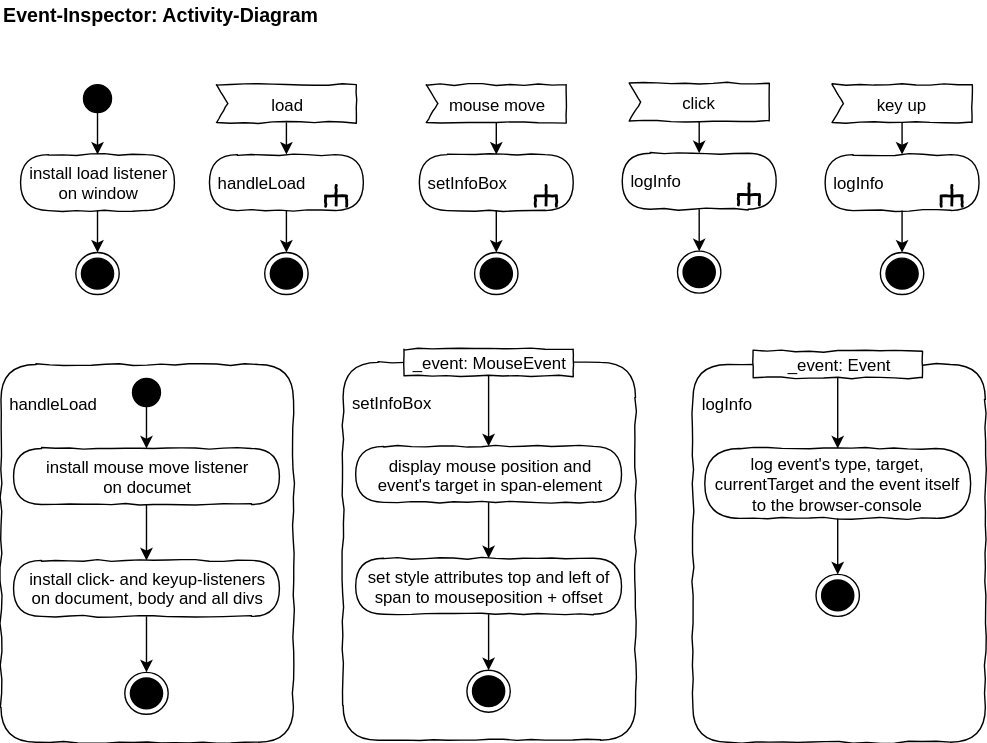
JirkaDellOro/EIA2-Inverted keeps this draw.io diagram as X01_Appendix/UML/EventInspectorAD.svg. Above is the earlier version. Source tidied: cells renumbered, new cells last; positions are measured from the earlier drawing's top-left corner, leaving out a move shared by most shapes. Its diagram source:
```xml
<mxGraphModel>
  <root>
    <mxCell id="0" />
    <mxCell id="1" parent="0" />
    <mxCell id="2" value="&lt;b&gt;&lt;font style=&quot;font-size: 14px&quot;&gt;Event-Inspector: Activity-Diagram&lt;/font&gt;&lt;/b&gt;" style="text;html=1;strokeColor=none;fillColor=none;align=left;verticalAlign=middle;whiteSpace=wrap;rounded=0;" parent="1" vertex="1">
      <mxGeometry width="649" height="20" as="geometry" />
    </mxCell>
    <mxCell id="3" style="ellipse;whiteSpace=wrap;html=1;rounded=0;shadow=0;comic=0;labelBackgroundColor=none;strokeColor=#000000;strokeWidth=1;fillColor=#000000;fontFamily=Verdana;fontSize=12;fontColor=#000000;align=center;comic=1;" parent="1" vertex="1">
      <mxGeometry x="59" y="60" width="20" height="20" as="geometry" />
    </mxCell>
    <mxCell id="4" value="install load listener&lt;br&gt;on window" style="rounded=1;whiteSpace=wrap;html=1;absoluteArcSize=1;arcSize=50;strokeWidth=1;shadow=0;comic=1;" parent="1" vertex="1">
      <mxGeometry x="14" y="110" width="110" height="40" as="geometry" />
    </mxCell>
    <mxCell id="5" style="edgeStyle=orthogonalEdgeStyle;rounded=0;jettySize=auto;html=1;" parent="1" edge="1" source="3" target="4">
      <mxGeometry relative="1" as="geometry" />
    </mxCell>
    <mxCell id="6" style="ellipse;html=1;shape=endState;fillColor=#000000;strokeColor=#000000;comic=1;" parent="1" vertex="1">
      <mxGeometry x="53.5" y="180" width="31" height="30" as="geometry" />
    </mxCell>
    <mxCell id="7" style="edgeStyle=orthogonalEdgeStyle;rounded=0;jettySize=auto;html=1;" parent="1" edge="1" source="4" target="6">
      <mxGeometry relative="1" as="geometry" />
    </mxCell>
    <mxCell id="8" value="&amp;nbsp;handleLoad" style="rounded=1;whiteSpace=wrap;html=1;absoluteArcSize=1;arcSize=50;strokeWidth=1;shadow=0;comic=1;align=left;" parent="1" vertex="1">
      <mxGeometry x="149" y="110" width="110" height="40" as="geometry" />
    </mxCell>
    <mxCell id="9" style="edgeStyle=orthogonalEdgeStyle;rounded=0;jettySize=auto;html=1;" parent="1" edge="1" source="12" target="8">
      <mxGeometry relative="1" as="geometry" />
    </mxCell>
    <mxCell id="10" style="ellipse;html=1;shape=endState;fillColor=#000000;strokeColor=#000000;comic=1;" parent="1" vertex="1">
      <mxGeometry x="188.5" y="180" width="31" height="30" as="geometry" />
    </mxCell>
    <mxCell id="11" style="edgeStyle=orthogonalEdgeStyle;rounded=0;jettySize=auto;html=1;" parent="1" edge="1" source="8" target="10">
      <mxGeometry relative="1" as="geometry" />
    </mxCell>
    <mxCell id="12" value="load" style="shape=mxgraph.sysml.accEvent;flipH=0;whiteSpace=wrap;align=center;shadow=0;strokeWidth=1;comic=1;" parent="1" vertex="1">
      <mxGeometry x="154" y="60" width="100" height="27" as="geometry" />
    </mxCell>
    <mxCell id="13" style="group;rotation=90;" parent="1" vertex="1">
      <mxGeometry x="230" y="127" width="20" height="20" as="geometry" />
    </mxCell>
    <mxCell id="14" style="strokeWidth=2;html=1;shape=mxgraph.flowchart.annotation_2;align=left;rounded=1;comic=1;rotation=90;" parent="13" vertex="1">
      <mxGeometry x="2" y="5" width="15" height="15" as="geometry" />
    </mxCell>
    <mxCell id="15" style="endArrow=none;html=1;entryX=0.508;entryY=0.487;entryPerimeter=0;exitX=1;exitY=0.5;exitPerimeter=0;strokeWidth=2;" parent="13" edge="1" source="14" target="14">
      <mxGeometry relative="1" as="geometry" />
    </mxCell>
    <mxCell id="16" value="&amp;nbsp;setInfoBox" style="rounded=1;whiteSpace=wrap;html=1;absoluteArcSize=1;arcSize=50;strokeWidth=1;shadow=0;comic=1;align=left;" parent="1" vertex="1">
      <mxGeometry x="299" y="110" width="110" height="40" as="geometry" />
    </mxCell>
    <mxCell id="17" style="edgeStyle=orthogonalEdgeStyle;rounded=0;jettySize=auto;html=1;" parent="1" edge="1" source="20" target="16">
      <mxGeometry relative="1" as="geometry" />
    </mxCell>
    <mxCell id="18" style="ellipse;html=1;shape=endState;fillColor=#000000;strokeColor=#000000;comic=1;" parent="1" vertex="1">
      <mxGeometry x="338.5" y="180" width="31" height="30" as="geometry" />
    </mxCell>
    <mxCell id="19" style="edgeStyle=orthogonalEdgeStyle;rounded=0;jettySize=auto;html=1;" parent="1" edge="1" source="16" target="18">
      <mxGeometry relative="1" as="geometry" />
    </mxCell>
    <mxCell id="20" value="mouse move" style="shape=mxgraph.sysml.accEvent;flipH=0;whiteSpace=wrap;align=center;shadow=0;strokeWidth=1;comic=1;" parent="1" vertex="1">
      <mxGeometry x="304" y="60" width="100" height="27" as="geometry" />
    </mxCell>
    <mxCell id="21" style="group;rotation=90;" parent="1" vertex="1">
      <mxGeometry x="380" y="127" width="20" height="20" as="geometry" />
    </mxCell>
    <mxCell id="22" style="strokeWidth=2;html=1;shape=mxgraph.flowchart.annotation_2;align=left;rounded=1;comic=1;rotation=90;" parent="21" vertex="1">
      <mxGeometry x="2" y="5" width="15" height="15" as="geometry" />
    </mxCell>
    <mxCell id="23" style="endArrow=none;html=1;entryX=0.508;entryY=0.487;entryPerimeter=0;exitX=1;exitY=0.5;exitPerimeter=0;strokeWidth=2;" parent="21" edge="1" source="22" target="22">
      <mxGeometry relative="1" as="geometry" />
    </mxCell>
    <mxCell id="24" value="&amp;nbsp;logInfo" style="rounded=1;whiteSpace=wrap;html=1;absoluteArcSize=1;arcSize=50;strokeWidth=1;shadow=0;comic=1;align=left;" parent="1" vertex="1">
      <mxGeometry x="444" y="109" width="110" height="40" as="geometry" />
    </mxCell>
    <mxCell id="25" style="edgeStyle=orthogonalEdgeStyle;rounded=0;jettySize=auto;html=1;" parent="1" edge="1" source="28" target="24">
      <mxGeometry relative="1" as="geometry" />
    </mxCell>
    <mxCell id="26" style="ellipse;html=1;shape=endState;fillColor=#000000;strokeColor=#000000;comic=1;" parent="1" vertex="1">
      <mxGeometry x="483.5" y="179" width="31" height="30" as="geometry" />
    </mxCell>
    <mxCell id="27" style="edgeStyle=orthogonalEdgeStyle;rounded=0;jettySize=auto;html=1;" parent="1" edge="1" source="24" target="26">
      <mxGeometry relative="1" as="geometry" />
    </mxCell>
    <mxCell id="28" value="click" style="shape=mxgraph.sysml.accEvent;flipH=0;whiteSpace=wrap;align=center;shadow=0;strokeWidth=1;comic=1;" parent="1" vertex="1">
      <mxGeometry x="449" y="59" width="100" height="27" as="geometry" />
    </mxCell>
    <mxCell id="29" style="group;rotation=90;" parent="1" vertex="1">
      <mxGeometry x="525" y="126" width="20" height="20" as="geometry" />
    </mxCell>
    <mxCell id="30" style="strokeWidth=2;html=1;shape=mxgraph.flowchart.annotation_2;align=left;rounded=1;comic=1;rotation=90;" parent="29" vertex="1">
      <mxGeometry x="2" y="5" width="15" height="15" as="geometry" />
    </mxCell>
    <mxCell id="31" style="endArrow=none;html=1;entryX=0.508;entryY=0.487;entryPerimeter=0;exitX=1;exitY=0.5;exitPerimeter=0;strokeWidth=2;" parent="29" edge="1" source="30" target="30">
      <mxGeometry relative="1" as="geometry" />
    </mxCell>
    <mxCell id="32" value="&amp;nbsp;logInfo" style="rounded=1;whiteSpace=wrap;html=1;absoluteArcSize=1;arcSize=50;strokeWidth=1;shadow=0;comic=1;align=left;" parent="1" vertex="1">
      <mxGeometry x="589" y="110" width="110" height="40" as="geometry" />
    </mxCell>
    <mxCell id="33" style="edgeStyle=orthogonalEdgeStyle;rounded=0;jettySize=auto;html=1;" parent="1" edge="1" source="36" target="32">
      <mxGeometry relative="1" as="geometry" />
    </mxCell>
    <mxCell id="34" style="ellipse;html=1;shape=endState;fillColor=#000000;strokeColor=#000000;comic=1;" parent="1" vertex="1">
      <mxGeometry x="628.5" y="180" width="31" height="30" as="geometry" />
    </mxCell>
    <mxCell id="35" style="edgeStyle=orthogonalEdgeStyle;rounded=0;jettySize=auto;html=1;" parent="1" edge="1" source="32" target="34">
      <mxGeometry relative="1" as="geometry" />
    </mxCell>
    <mxCell id="36" value="key up" style="shape=mxgraph.sysml.accEvent;flipH=0;whiteSpace=wrap;align=center;shadow=0;strokeWidth=1;comic=1;" parent="1" vertex="1">
      <mxGeometry x="594" y="60" width="100" height="27" as="geometry" />
    </mxCell>
    <mxCell id="37" style="group;rotation=90;" parent="1" vertex="1">
      <mxGeometry x="670" y="127" width="20" height="20" as="geometry" />
    </mxCell>
    <mxCell id="38" style="strokeWidth=2;html=1;shape=mxgraph.flowchart.annotation_2;align=left;rounded=1;comic=1;rotation=90;" parent="37" vertex="1">
      <mxGeometry x="2" y="5" width="15" height="15" as="geometry" />
    </mxCell>
    <mxCell id="39" style="endArrow=none;html=1;entryX=0.508;entryY=0.487;entryPerimeter=0;exitX=1;exitY=0.5;exitPerimeter=0;strokeWidth=2;" parent="37" edge="1" source="38" target="38">
      <mxGeometry relative="1" as="geometry" />
    </mxCell>
    <mxCell id="40" value="&lt;div style=&quot;text-align: left&quot;&gt;&lt;span&gt;&amp;nbsp; &amp;nbsp;&amp;nbsp;&lt;/span&gt;&lt;/div&gt;&lt;div style=&quot;text-align: left&quot;&gt;&lt;span&gt;&amp;nbsp;handleLoad&lt;/span&gt;&lt;/div&gt;" style="rounded=1;whiteSpace=wrap;html=1;shadow=0;glass=0;comic=1;strokeColor=#000000;labelPosition=center;verticalLabelPosition=middle;align=left;verticalAlign=top;absoluteArcSize=1;arcSize=50;" parent="1" vertex="1">
      <mxGeometry y="260" width="209" height="270" as="geometry" />
    </mxCell>
    <mxCell id="41" style="ellipse;whiteSpace=wrap;html=1;rounded=0;shadow=0;comic=0;labelBackgroundColor=none;strokeColor=#000000;strokeWidth=1;fillColor=#000000;fontFamily=Verdana;fontSize=12;fontColor=#000000;align=center;comic=1;" parent="1" vertex="1">
      <mxGeometry x="94" y="270" width="20" height="20" as="geometry" />
    </mxCell>
    <mxCell id="42" value="install mouse move listener&lt;br&gt;on documet" style="rounded=1;whiteSpace=wrap;html=1;absoluteArcSize=1;arcSize=50;strokeWidth=1;shadow=0;comic=1;" parent="1" vertex="1">
      <mxGeometry x="9" y="320" width="190" height="40" as="geometry" />
    </mxCell>
    <mxCell id="43" style="edgeStyle=orthogonalEdgeStyle;rounded=0;jettySize=auto;html=1;" parent="1" edge="1" source="41" target="42">
      <mxGeometry relative="1" as="geometry" />
    </mxCell>
    <mxCell id="44" style="ellipse;html=1;shape=endState;fillColor=#000000;strokeColor=#000000;comic=1;" parent="1" vertex="1">
      <mxGeometry x="88.5" y="480" width="31" height="30" as="geometry" />
    </mxCell>
    <mxCell id="45" style="edgeStyle=orthogonalEdgeStyle;rounded=0;jettySize=auto;html=1;" parent="1" edge="1" source="46" target="44">
      <mxGeometry relative="1" as="geometry" />
    </mxCell>
    <mxCell id="46" value="install click- and keyup-listeners&lt;br&gt;on document, body and all divs" style="rounded=1;whiteSpace=wrap;html=1;absoluteArcSize=1;arcSize=50;strokeWidth=1;shadow=0;comic=1;" parent="1" vertex="1">
      <mxGeometry x="9" y="400" width="190" height="40" as="geometry" />
    </mxCell>
    <mxCell id="47" style="edgeStyle=orthogonalEdgeStyle;rounded=0;jettySize=auto;html=1;" parent="1" edge="1" source="42" target="46">
      <mxGeometry relative="1" as="geometry" />
    </mxCell>
    <mxCell id="48" value="&lt;div style=&quot;text-align: left&quot;&gt;&lt;span&gt;&amp;nbsp; &amp;nbsp;&amp;nbsp;&lt;/span&gt;&lt;/div&gt;&lt;div style=&quot;text-align: left&quot;&gt;&lt;span&gt;&amp;nbsp;setInfoBox&lt;/span&gt;&lt;/div&gt;" style="rounded=1;whiteSpace=wrap;html=1;shadow=0;glass=0;comic=1;strokeColor=#000000;labelPosition=center;verticalLabelPosition=middle;align=left;verticalAlign=top;absoluteArcSize=1;arcSize=50;" parent="1" vertex="1">
      <mxGeometry x="244.5" y="258.5" width="209" height="270" as="geometry" />
    </mxCell>
    <mxCell id="49" value="display mouse position and &lt;br&gt;event's target in span-element" style="rounded=1;whiteSpace=wrap;html=1;absoluteArcSize=1;arcSize=50;strokeWidth=1;shadow=0;comic=1;" parent="1" vertex="1">
      <mxGeometry x="253.5" y="318.5" width="190" height="40" as="geometry" />
    </mxCell>
    <mxCell id="50" style="edgeStyle=orthogonalEdgeStyle;rounded=0;jettySize=auto;html=1;" parent="1" edge="1" source="55" target="49">
      <mxGeometry relative="1" as="geometry" />
    </mxCell>
    <mxCell id="51" style="ellipse;html=1;shape=endState;fillColor=#000000;strokeColor=#000000;comic=1;" parent="1" vertex="1">
      <mxGeometry x="333" y="478.5" width="31" height="30" as="geometry" />
    </mxCell>
    <mxCell id="52" style="edgeStyle=orthogonalEdgeStyle;rounded=0;jettySize=auto;html=1;" parent="1" edge="1" source="53" target="51">
      <mxGeometry relative="1" as="geometry" />
    </mxCell>
    <mxCell id="53" value="set style attributes top and left of span to mouseposition + offset" style="rounded=1;whiteSpace=wrap;html=1;absoluteArcSize=1;arcSize=50;strokeWidth=1;shadow=0;comic=1;" parent="1" vertex="1">
      <mxGeometry x="253.5" y="398.5" width="190" height="40" as="geometry" />
    </mxCell>
    <mxCell id="54" style="edgeStyle=orthogonalEdgeStyle;rounded=0;jettySize=auto;html=1;" parent="1" edge="1" source="49" target="53">
      <mxGeometry relative="1" as="geometry" />
    </mxCell>
    <mxCell id="55" value="&lt;div style=&quot;text-align: left&quot;&gt;_event: MouseEvent&lt;/div&gt;" style="rounded=0;whiteSpace=wrap;html=1;comic=1;" parent="1" vertex="1">
      <mxGeometry x="288" y="249" width="121" height="19" as="geometry" />
    </mxCell>
    <mxCell id="56" value="&lt;div style=&quot;text-align: left&quot;&gt;&lt;span&gt;&amp;nbsp; &amp;nbsp;&amp;nbsp;&lt;/span&gt;&lt;/div&gt;&lt;div style=&quot;text-align: left&quot;&gt;&lt;span&gt;&amp;nbsp;logInfo&lt;/span&gt;&lt;/div&gt;" style="rounded=1;whiteSpace=wrap;html=1;shadow=0;glass=0;comic=1;strokeColor=#000000;labelPosition=center;verticalLabelPosition=middle;align=left;verticalAlign=top;absoluteArcSize=1;arcSize=50;" parent="1" vertex="1">
      <mxGeometry x="494.5" y="260" width="209" height="270" as="geometry" />
    </mxCell>
    <mxCell id="57" value="log event's type, target, currentTarget and the event itself&lt;br&gt;to the browser-console" style="rounded=1;whiteSpace=wrap;html=1;absoluteArcSize=1;arcSize=50;strokeWidth=1;shadow=0;comic=1;" parent="1" vertex="1">
      <mxGeometry x="503" y="320" width="190" height="50" as="geometry" />
    </mxCell>
    <mxCell id="58" style="edgeStyle=orthogonalEdgeStyle;rounded=0;jettySize=auto;html=1;" parent="1" edge="1" source="61" target="57">
      <mxGeometry relative="1" as="geometry" />
    </mxCell>
    <mxCell id="59" style="ellipse;html=1;shape=endState;fillColor=#000000;strokeColor=#000000;comic=1;" parent="1" vertex="1">
      <mxGeometry x="582.5" y="410" width="31" height="30" as="geometry" />
    </mxCell>
    <mxCell id="60" style="edgeStyle=orthogonalEdgeStyle;rounded=0;jettySize=auto;html=1;" parent="1" edge="1" source="57" target="59">
      <mxGeometry relative="1" as="geometry" />
    </mxCell>
    <mxCell id="61" value="&lt;div style=&quot;text-align: left&quot;&gt;_event: Event&lt;/div&gt;" style="rounded=0;whiteSpace=wrap;html=1;comic=1;" parent="1" vertex="1">
      <mxGeometry x="537.5" y="250.5" width="121" height="19" as="geometry" />
    </mxCell>
  </root>
</mxGraphModel>
```
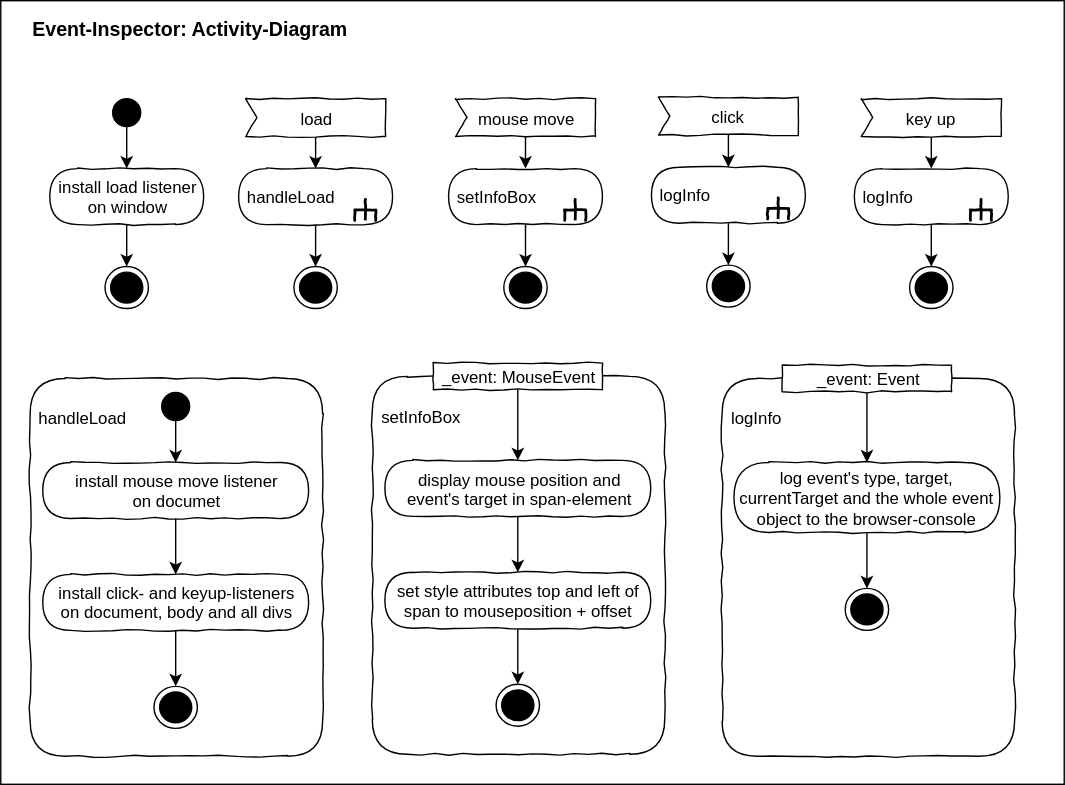
The same diagram one commit later.

Commit message:
frame in background for dark theme

The edit, as a diff of the source:
```diff
@@ -2,6 +2,9 @@
   <root>
     <mxCell id="0" />
     <mxCell id="1" parent="0" />
+    <mxCell id="62" style="rounded=0;whiteSpace=wrap;html=1;" parent="1" vertex="1">
+      <mxGeometry x="-21" y="-10" width="760" height="560" as="geometry" />
+    </mxCell>
     <mxCell id="2" value="&lt;b&gt;&lt;font style=&quot;font-size: 14px&quot;&gt;Event-Inspector: Activity-Diagram&lt;/font&gt;&lt;/b&gt;" style="text;html=1;strokeColor=none;fillColor=none;align=left;verticalAlign=middle;whiteSpace=wrap;rounded=0;" parent="1" vertex="1">
       <mxGeometry width="649" height="20" as="geometry" />
     </mxCell>
@@ -167,7 +170,7 @@
     <mxCell id="56" value="&lt;div style=&quot;text-align: left&quot;&gt;&lt;span&gt;&amp;nbsp; &amp;nbsp;&amp;nbsp;&lt;/span&gt;&lt;/div&gt;&lt;div style=&quot;text-align: left&quot;&gt;&lt;span&gt;&amp;nbsp;logInfo&lt;/span&gt;&lt;/div&gt;" style="rounded=1;whiteSpace=wrap;html=1;shadow=0;glass=0;comic=1;strokeColor=#000000;labelPosition=center;verticalLabelPosition=middle;align=left;verticalAlign=top;absoluteArcSize=1;arcSize=50;" parent="1" vertex="1">
       <mxGeometry x="494.5" y="260" width="209" height="270" as="geometry" />
     </mxCell>
-    <mxCell id="57" value="log event's type, target, currentTarget and the event itself&lt;br&gt;to the browser-console" style="rounded=1;whiteSpace=wrap;html=1;absoluteArcSize=1;arcSize=50;strokeWidth=1;shadow=0;comic=1;" parent="1" vertex="1">
+    <mxCell id="57" value="log event's type, target, currentTarget and the whole event object to the browser-console" style="rounded=1;whiteSpace=wrap;html=1;absoluteArcSize=1;arcSize=50;strokeWidth=1;shadow=0;comic=1;" parent="1" vertex="1">
       <mxGeometry x="503" y="320" width="190" height="50" as="geometry" />
     </mxCell>
     <mxCell id="58" style="edgeStyle=orthogonalEdgeStyle;rounded=0;jettySize=auto;html=1;" parent="1" edge="1" source="61" target="57">
```
